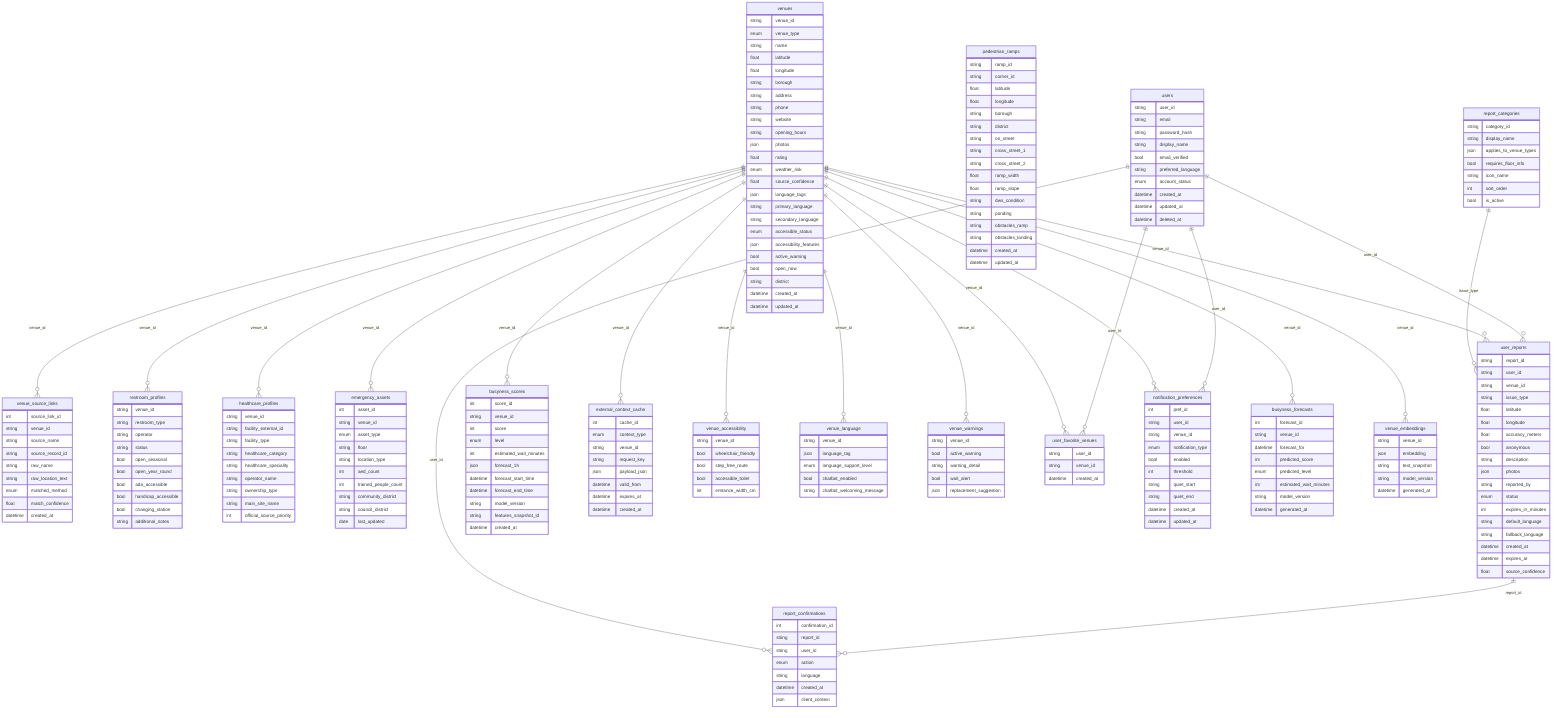
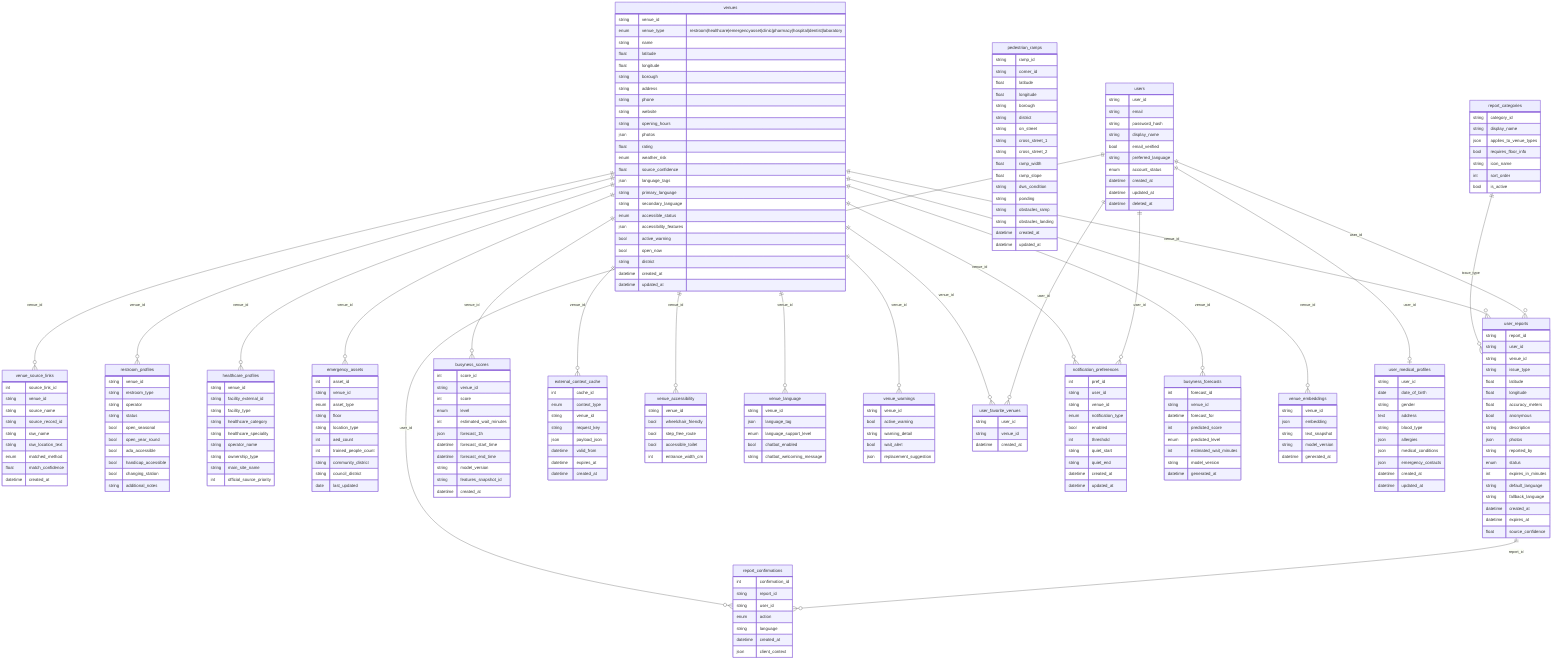
erDiagram

-     %% ClearPath DB — 19 tables, 181 columns
+     %% ClearPath DB — 20 tables, 190 columns

    venues {
        string venue_id
-         enum venue_type
+         enum venue_type "restroom|healthcare|emergencyasset|clinic|pharmacy|hospital|dentist|laboratory"
        string name
        float latitude
        float longitude
        string borough
        string address
        string phone
        string website
        string opening_hours
        json photos
        float rating
        enum weather_risk
        float source_confidence
        json language_tags
        string primary_language
        string secondary_language
        enum accessible_status
        json accessibility_features
        bool active_warning
        bool open_now
        string district
        datetime created_at
        datetime updated_at
    }

    venue_source_links {
        int source_link_id
        string venue_id
        string source_name
        string source_record_id
        string raw_name
        string raw_location_text
        enum matched_method
        float match_confidence
        datetime created_at
    }

    restroom_profiles {
        string venue_id
        string restroom_type
        string operator
        string status
        bool open_seasonal
        bool open_year_round
        bool ada_accessible
        bool handicap_accessible
        bool changing_station
        string additional_notes
    }

    healthcare_profiles {
        string venue_id
        string facility_external_id
        string facility_type
        string healthcare_category
        string healthcare_speciality
        string operator_name
        string ownership_type
        string main_site_name
        int official_source_priority
    }

    emergency_assets {
        int asset_id
        string venue_id
        enum asset_type
        string floor
        string location_type
        int aed_count
        int trained_people_count
        string community_district
        string council_district
        date last_updated
    }

    pedestrian_ramps {
        string ramp_id
        string corner_id
        float latitude
        float longitude
        string borough
        string district
        string on_street
        string cross_street_1
        string cross_street_2
        float ramp_width
        float ramp_slope
        string dws_condition
        string ponding
        string obstacles_ramp
        string obstacles_landing
        datetime created_at
        datetime updated_at
    }

    user_reports {
        string report_id
        string user_id
        string venue_id
        string issue_type
        float latitude
        float longitude
        float accuracy_meters
        bool anonymous
        string description
        json photos
        string reported_by
        enum status
        int expires_in_minutes
        string default_language
        string fallback_language
        datetime created_at
        datetime expires_at
        float source_confidence
    }

    report_confirmations {
        int confirmation_id
        string report_id
        string user_id
        enum action
        string language
        datetime created_at
        json client_context
    }

    busyness_scores {
        int score_id
        string venue_id
        int score
        enum level
        int estimated_wait_minutes
        json forecast_1h
        datetime forecast_start_time
        datetime forecast_end_time
        string model_version
        string features_snapshot_id
        datetime created_at
    }

    external_context_cache {
        int cache_id
        enum context_type
        string venue_id
        string request_key
        json payload_json
        datetime valid_from
        datetime expires_at
        datetime created_at
    }

    venue_accessibility {
        string venue_id
        bool wheelchair_friendly
        bool step_free_route
        bool accessible_toilet
        int entrance_width_cm
    }

    venue_language {
        string venue_id
        json language_tag
        enum language_support_level
        bool chatbot_enabled
        string chatbot_welcoming_message
    }

    venue_warnings {
        string venue_id
        bool active_warning
        string warning_detail
        bool wait_alert
        json replacement_suggestion
    }

    users {
        string user_id
        string email
        string password_hash
        string display_name
        bool email_verified
        string preferred_language
        enum account_status
        datetime created_at
        datetime updated_at
        datetime deleted_at
    }

    user_favorite_venues {
        string user_id
        string venue_id
        datetime created_at
    }

    notification_preferences {
        int pref_id
        string user_id
        string venue_id
        enum notification_type
        bool enabled
        int threshold
        string quiet_start
        string quiet_end
        datetime created_at
        datetime updated_at
    }

    report_categories {
        string category_id
        string display_name
        json applies_to_venue_types
        bool requires_floor_info
        string icon_name
        int sort_order
        bool is_active
    }

    busyness_forecasts {
        int forecast_id
        string venue_id
        datetime forecast_for
        int predicted_score
        enum predicted_level
        int estimated_wait_minutes
        string model_version
        datetime generated_at
    }

    venue_embeddings {
        string venue_id
        json embedding
        string text_snapshot
        string model_version
        datetime generated_at
    }

+     user_medical_profiles {
+         string user_id
+         date date_of_birth
+         string gender
+         text address
+         string blood_type
+         json allergies
+         json medical_conditions
+         json emergency_contacts
+         datetime created_at
+         datetime updated_at
+     }
+ 
    %% Relationships
    venues ||--o{ venue_source_links : "venue_id"
    venues ||--o{ restroom_profiles : "venue_id"
    venues ||--o{ healthcare_profiles : "venue_id"
    venues ||--o{ emergency_assets : "venue_id"
    users ||--o{ user_reports : "user_id"
    venues ||--o{ user_reports : "venue_id"
    report_categories ||--o{ user_reports : "issue_type"
    user_reports ||--o{ report_confirmations : "report_id"
    users ||--o{ report_confirmations : "user_id"
+     users ||--o| user_medical_profiles : "user_id"
    venues ||--o{ busyness_scores : "venue_id"
    venues ||--o{ external_context_cache : "venue_id"
    venues ||--o{ venue_accessibility : "venue_id"
    venues ||--o{ venue_language : "venue_id"
    venues ||--o{ venue_warnings : "venue_id"
    users ||--o{ user_favorite_venues : "user_id"
    venues ||--o{ user_favorite_venues : "venue_id"
    users ||--o{ notification_preferences : "user_id"
    venues ||--o{ notification_preferences : "venue_id"
    venues ||--o{ busyness_forecasts : "venue_id"
    venues ||--o{ venue_embeddings : "venue_id"